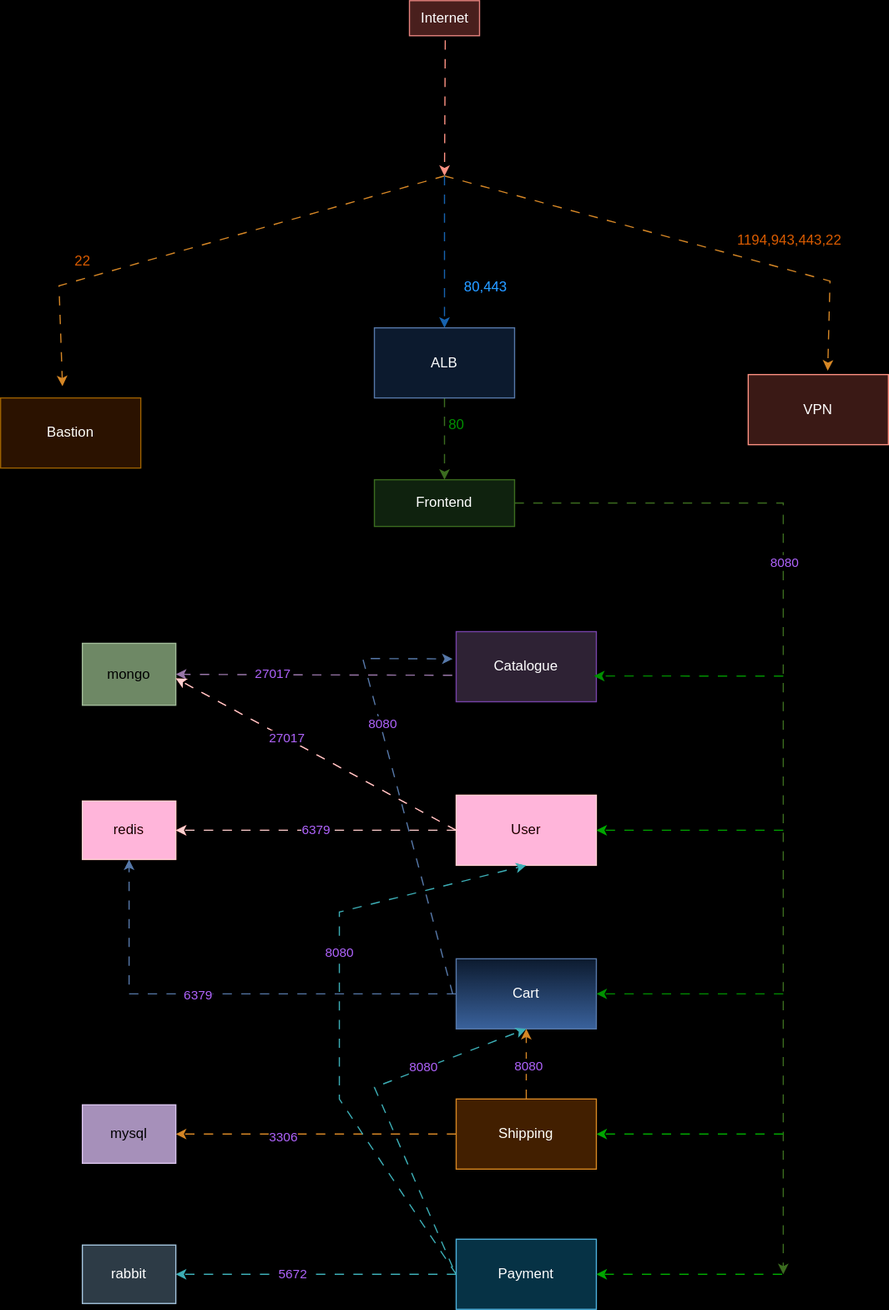
Earlier version of the draw.io export sg.drawio.svg (ullagallu123/infra-instana-ecs). Source tidied: cells renumbered, new cells last; positions are measured from the earlier drawing's top-left corner, leaving out a move shared by most shapes.
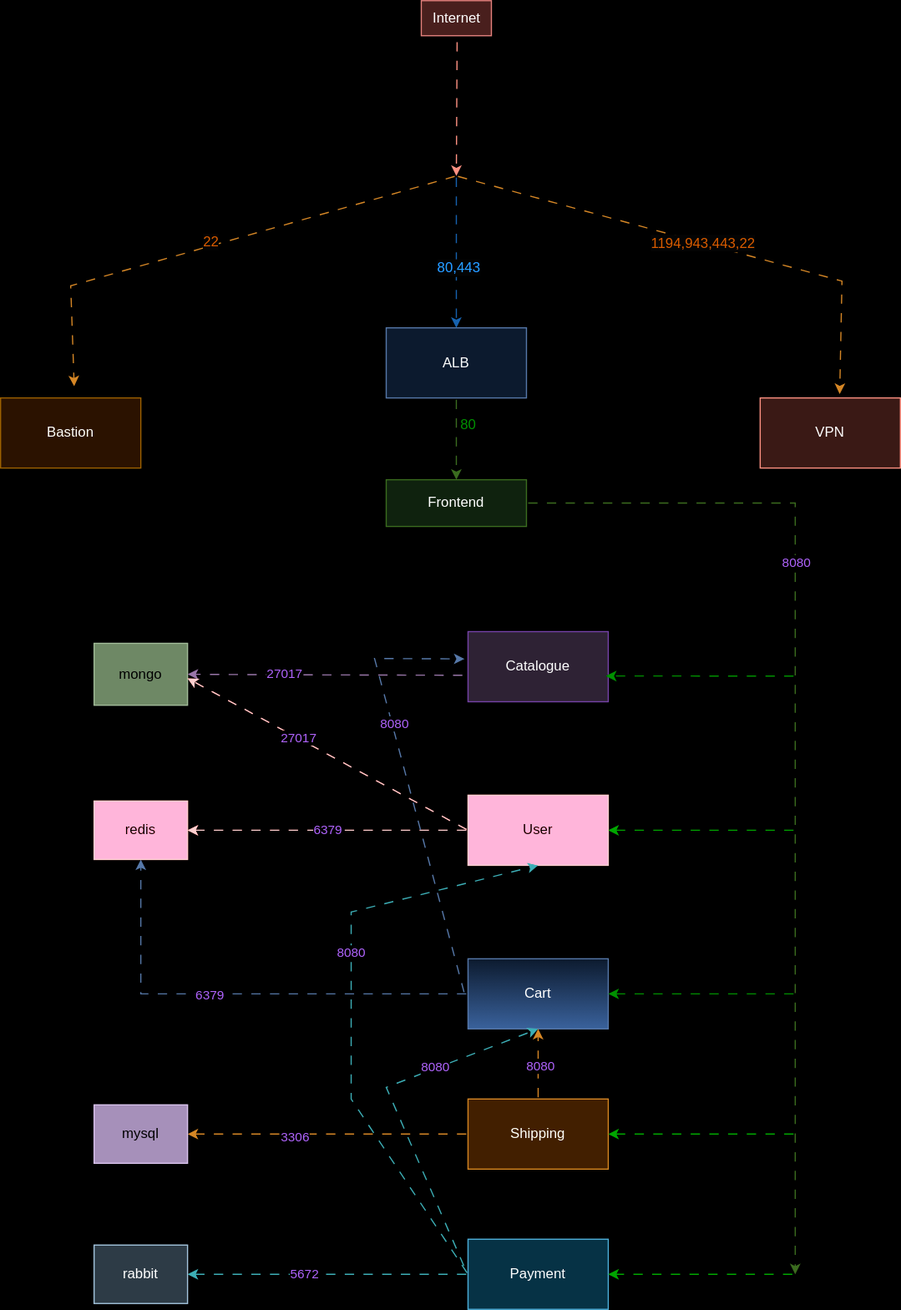
After the change.

Diff of the diagram source:
```diff
@@ -67,10 +67,10 @@
       <mxGeometry x="70" y="1065" width="80" height="50" as="geometry" />
     </mxCell>
     <mxCell id="20" value="Bastion" style="rounded=0;whiteSpace=wrap;html=1;fillColor=#ffe6cc;strokeColor=#d79b00;" parent="1" vertex="1">
-      <mxGeometry y="340" width="120" height="60" as="geometry" />
+      <mxGeometry x="-10" y="340" width="120" height="60" as="geometry" />
     </mxCell>
     <mxCell id="21" value="VPN" style="rounded=0;whiteSpace=wrap;html=1;fillColor=#fad9d5;strokeColor=#ae4132;" parent="1" vertex="1">
-      <mxGeometry x="640" y="320" width="120" height="60" as="geometry" />
+      <mxGeometry x="640" y="340" width="120" height="60" as="geometry" />
     </mxCell>
     <mxCell id="22" style="edgeStyle=orthogonalEdgeStyle;rounded=0;jettySize=auto;html=1;exitX=0.5;exitY=1;exitDx=0;exitDy=0;entryX=0.5;entryY=0;entryDx=0;entryDy=0;flowAnimation=1;fillColor=#d5e8d4;strokeColor=#82b366;" parent="1" edge="1" source="23" target="26">
       <mxGeometry relative="1" as="geometry" />
@@ -99,7 +99,7 @@
         <mxPoint x="380" y="150" as="targetPoint" />
       </mxGeometry>
     </mxCell>
-    <mxCell id="28" style="endArrow=classic;html=1;rounded=0;flowAnimation=1;fillColor=#fad7ac;strokeColor=#b46504;entryX=0.567;entryY=-0.056;entryDx=0;entryDy=0;entryPerimeter=0;" parent="1" edge="1" target="21">
+    <mxCell id="28" value="&lt;span style=&quot;color: rgb(255, 128, 0); font-size: 12px; background-color: rgb(251, 251, 251);&quot;&gt;1194,943,443,22&lt;/span&gt;" style="endArrow=classic;html=1;rounded=0;flowAnimation=1;fillColor=#fad7ac;strokeColor=#b46504;entryX=0.567;entryY=-0.056;entryDx=0;entryDy=0;entryPerimeter=0;" parent="1" edge="1" target="21">
       <mxGeometry relative="1" as="geometry">
         <mxPoint x="380" y="150" as="sourcePoint" />
         <Array as="points">
@@ -107,13 +107,14 @@
         </Array>
       </mxGeometry>
     </mxCell>
-    <mxCell id="29" style="endArrow=classic;html=1;rounded=0;flowAnimation=1;fillColor=#fad7ac;strokeColor=#b46504;" parent="1" edge="1">
-      <mxGeometry relative="1" as="geometry">
+    <mxCell id="29" value="&lt;br style=&quot;font-size: 12px; background-color: rgb(251, 251, 251);&quot;&gt;&lt;span style=&quot;font-size: 12px; color: rgb(255, 128, 0); background-color: rgb(251, 251, 251);&quot;&gt;22&lt;/span&gt;" style="endArrow=classic;html=1;rounded=0;flowAnimation=1;fillColor=#fad7ac;strokeColor=#b46504;" parent="1" edge="1">
+      <mxGeometry x="0.01" y="-9" relative="1" as="geometry">
         <mxPoint x="380" y="150" as="sourcePoint" />
         <mxPoint x="53" y="330" as="targetPoint" />
         <Array as="points">
           <mxPoint x="50" y="244" />
         </Array>
+        <mxPoint y="-1" as="offset" />
       </mxGeometry>
     </mxCell>
     <mxCell id="30" style="endArrow=classic;html=1;rounded=0;entryX=1;entryY=0.5;entryDx=0;entryDy=0;flowAnimation=1;fillColor=#e1d5e7;strokeColor=#00CC00;" parent="1" edge="1" target="12">
@@ -136,32 +137,26 @@
         <mxPoint x="670" y="578" as="sourcePoint" />
       </mxGeometry>
     </mxCell>
-    <mxCell id="34" value="&lt;font color=&quot;#ff8000&quot;&gt;1194,943,443,22&lt;/font&gt;" style="text;html=1;align=center;verticalAlign=middle;strokeColor=none;fillColor=none;" parent="1" vertex="1">
-      <mxGeometry x="620" y="190" width="110" height="30" as="geometry" />
-    </mxCell>
     <mxCell id="35" style="endArrow=classic;html=1;rounded=0;entryX=0.5;entryY=0;entryDx=0;entryDy=0;flowAnimation=1;fillColor=#b1ddf0;strokeColor=#66B2FF;" parent="1" edge="1" target="23">
       <mxGeometry relative="1" as="geometry">
         <mxPoint x="380" y="150" as="sourcePoint" />
       </mxGeometry>
     </mxCell>
+    <mxCell id="37" value="&lt;span style=&quot;color: rgb(0, 127, 255); font-size: 12px; background-color: rgb(251, 251, 251);&quot;&gt;80,443&lt;/span&gt;" style="edgeLabel;html=1;align=center;verticalAlign=middle;" parent="35" vertex="1">
+      <mxGeometry x="0.2" y="1" relative="1" as="geometry" />
+    </mxCell>
     <mxCell id="36" style="endArrow=classic;html=1;rounded=0;flowAnimation=1;fillColor=#e1d5e7;strokeColor=#00CC00;" parent="1" edge="1">
       <mxGeometry relative="1" as="geometry">
         <mxPoint x="669" y="1090" as="sourcePoint" />
         <mxPoint x="510" y="1090" as="targetPoint" />
       </mxGeometry>
     </mxCell>
-    <mxCell id="37" value="&lt;font color=&quot;#007fff&quot;&gt;80,443&lt;/font&gt;" style="text;html=1;align=center;verticalAlign=middle;strokeColor=none;fillColor=none;" parent="1" vertex="1">
-      <mxGeometry x="385" y="230" width="60" height="30" as="geometry" />
-    </mxCell>
     <mxCell id="38" value="&lt;font color=&quot;#00ff00&quot;&gt;80&lt;/font&gt;" style="text;html=1;align=center;verticalAlign=middle;strokeColor=none;fillColor=none;" parent="1" vertex="1">
       <mxGeometry x="370" y="348" width="40" height="30" as="geometry" />
     </mxCell>
     <mxCell id="39" value="Internet" style="text;html=1;align=center;verticalAlign=middle;points=[];strokeColor=#b85450;fillColor=#f8cecc;" parent="1" vertex="1">
       <mxGeometry x="350" width="60" height="30" as="geometry" />
     </mxCell>
-    <mxCell id="40" value="&lt;font color=&quot;#ff8000&quot;&gt;22&lt;/font&gt;" style="text;html=1;align=center;verticalAlign=middle;strokeColor=none;fillColor=none;" parent="1" vertex="1">
-      <mxGeometry x="50" y="208" width="40" height="30" as="geometry" />
-    </mxCell>
     <mxCell id="41" style="endArrow=classic;html=1;rounded=0;entryX=1;entryY=0.5;entryDx=0;entryDy=0;flowAnimation=1;fillColor=#e1d5e7;strokeColor=#9673a6;exitX=-0.028;exitY=0.622;exitDx=0;exitDy=0;exitPerimeter=0;" parent="1" edge="1" source="7" target="17">
       <mxGeometry relative="1" as="geometry">
         <Array as="points">
```
